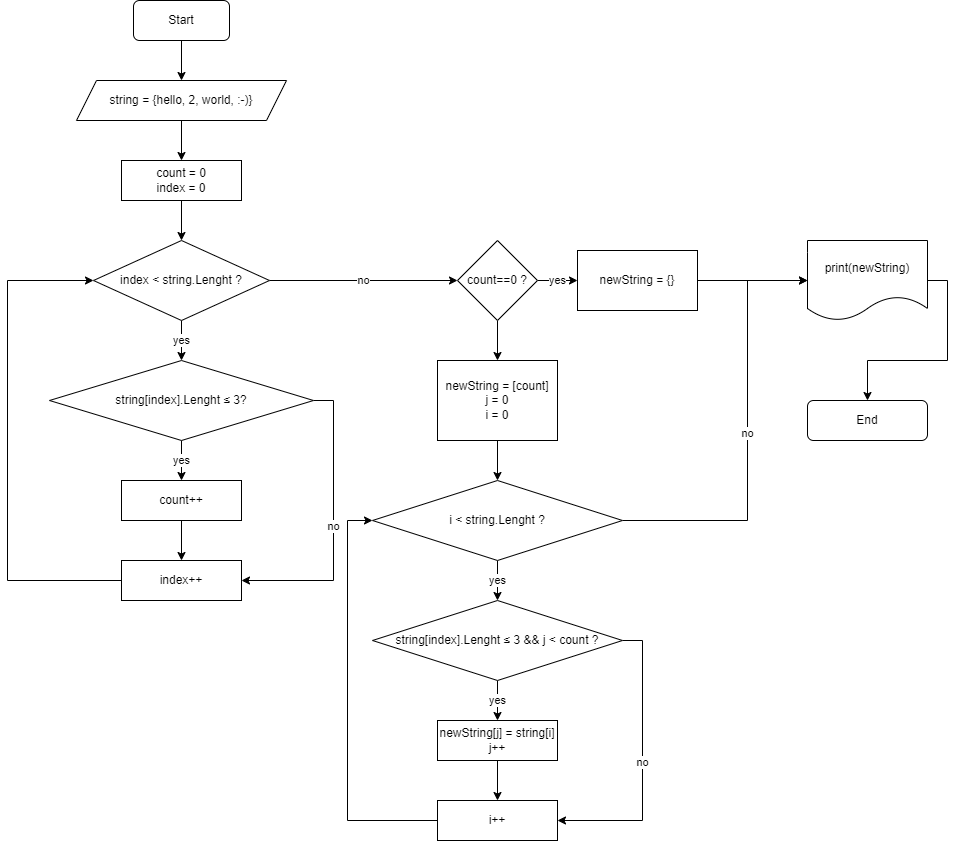
AlexeyMaiatnikov/HomeWork_10 keeps this draw.io diagram as BlockDiagram.png. Above is the earlier version. Source tidied: cells renumbered, new cells last; positions are measured from the earlier drawing's top-left corner, leaving out a move shared by most shapes. Its diagram source:
```xml
<mxGraphModel>
  <root>
    <mxCell id="0" />
    <mxCell id="1" parent="0" />
    <mxCell id="2" style="edgeStyle=orthogonalEdgeStyle;rounded=0;jettySize=auto;html=1;exitX=0.5;exitY=1;exitDx=0;exitDy=0;entryX=0.5;entryY=0;entryDx=0;entryDy=0;" parent="1" edge="1" source="3" target="5">
      <mxGeometry relative="1" as="geometry" />
    </mxCell>
    <mxCell id="3" value="Start" style="rounded=1;whiteSpace=wrap;html=1;" parent="1" vertex="1">
      <mxGeometry x="126" width="96" height="40" as="geometry" />
    </mxCell>
    <mxCell id="4" style="edgeStyle=orthogonalEdgeStyle;rounded=0;jettySize=auto;html=1;exitX=0.5;exitY=1;exitDx=0;exitDy=0;entryX=0.5;entryY=0;entryDx=0;entryDy=0;" parent="1" edge="1" source="5" target="7">
      <mxGeometry relative="1" as="geometry" />
    </mxCell>
    <mxCell id="5" value="string = {hello, 2, world, :-)&lt;span style=&quot;background-color: initial;&quot;&gt;}&lt;/span&gt;" style="shape=parallelogram;perimeter=parallelogramPerimeter;whiteSpace=wrap;html=1;fixedSize=1;" parent="1" vertex="1">
      <mxGeometry x="69" y="80" width="210" height="40" as="geometry" />
    </mxCell>
    <mxCell id="6" style="edgeStyle=orthogonalEdgeStyle;rounded=0;jettySize=auto;html=1;exitX=0.5;exitY=1;exitDx=0;exitDy=0;entryX=0.5;entryY=0;entryDx=0;entryDy=0;" parent="1" edge="1" source="7" target="13">
      <mxGeometry relative="1" as="geometry" />
    </mxCell>
    <mxCell id="7" value="count = 0&lt;br&gt;index = 0" style="rounded=0;whiteSpace=wrap;html=1;" parent="1" vertex="1">
      <mxGeometry x="114" y="160" width="120" height="40" as="geometry" />
    </mxCell>
    <mxCell id="8" value="yes" style="edgeStyle=orthogonalEdgeStyle;rounded=0;jettySize=auto;html=1;exitX=0.5;exitY=1;exitDx=0;exitDy=0;entryX=0.5;entryY=0;entryDx=0;entryDy=0;" parent="1" edge="1" source="10" target="15">
      <mxGeometry relative="1" as="geometry" />
    </mxCell>
    <mxCell id="9" value="no" style="edgeStyle=orthogonalEdgeStyle;rounded=0;jettySize=auto;html=1;exitX=1;exitY=0.5;exitDx=0;exitDy=0;entryX=1;entryY=0.5;entryDx=0;entryDy=0;" parent="1" edge="1" source="10" target="17">
      <mxGeometry relative="1" as="geometry" />
    </mxCell>
    <mxCell id="10" value="string[index].Lenght&amp;nbsp;≤&amp;nbsp;3?" style="rhombus;whiteSpace=wrap;html=1;" parent="1" vertex="1">
      <mxGeometry x="42" y="360" width="264" height="80" as="geometry" />
    </mxCell>
    <mxCell id="11" value="yes" style="edgeStyle=orthogonalEdgeStyle;rounded=0;jettySize=auto;html=1;exitX=0.5;exitY=1;exitDx=0;exitDy=0;" parent="1" edge="1" source="13" target="10">
      <mxGeometry relative="1" as="geometry" />
    </mxCell>
    <mxCell id="12" value="no" style="edgeStyle=orthogonalEdgeStyle;rounded=0;jettySize=auto;html=1;exitX=1;exitY=0.5;exitDx=0;exitDy=0;entryX=0;entryY=0.5;entryDx=0;entryDy=0;" parent="1" edge="1" source="13" target="20">
      <mxGeometry relative="1" as="geometry" />
    </mxCell>
    <mxCell id="13" value="index &amp;lt; string.Lenght ?" style="rhombus;whiteSpace=wrap;html=1;" parent="1" vertex="1">
      <mxGeometry x="86" y="240" width="176" height="80" as="geometry" />
    </mxCell>
    <mxCell id="14" style="edgeStyle=orthogonalEdgeStyle;rounded=0;jettySize=auto;html=1;exitX=0.5;exitY=1;exitDx=0;exitDy=0;entryX=0.5;entryY=0;entryDx=0;entryDy=0;" parent="1" edge="1" source="15" target="17">
      <mxGeometry relative="1" as="geometry" />
    </mxCell>
    <mxCell id="15" value="count++" style="rounded=0;whiteSpace=wrap;html=1;" parent="1" vertex="1">
      <mxGeometry x="114" y="480" width="120" height="40" as="geometry" />
    </mxCell>
    <mxCell id="16" style="edgeStyle=orthogonalEdgeStyle;rounded=0;jettySize=auto;html=1;exitX=0;exitY=0.5;exitDx=0;exitDy=0;entryX=0;entryY=0.5;entryDx=0;entryDy=0;" parent="1" edge="1" source="17" target="13">
      <mxGeometry relative="1" as="geometry">
        <Array as="points">
          <mxPoint y="580" />
          <mxPoint y="280" />
        </Array>
      </mxGeometry>
    </mxCell>
    <mxCell id="17" value="index++" style="rounded=0;whiteSpace=wrap;html=1;" parent="1" vertex="1">
      <mxGeometry x="114" y="560" width="120" height="40" as="geometry" />
    </mxCell>
    <mxCell id="18" value="yes" style="edgeStyle=orthogonalEdgeStyle;rounded=0;jettySize=auto;html=1;exitX=1;exitY=0.5;exitDx=0;exitDy=0;entryX=0;entryY=0.5;entryDx=0;entryDy=0;" parent="1" edge="1" source="20" target="22">
      <mxGeometry relative="1" as="geometry" />
    </mxCell>
    <mxCell id="19" style="edgeStyle=orthogonalEdgeStyle;rounded=0;jettySize=auto;html=1;exitX=0.5;exitY=1;exitDx=0;exitDy=0;entryX=0.5;entryY=0;entryDx=0;entryDy=0;" parent="1" edge="1" source="20" target="24">
      <mxGeometry relative="1" as="geometry" />
    </mxCell>
    <mxCell id="20" value="count==0 ?" style="rhombus;whiteSpace=wrap;html=1;" parent="1" vertex="1">
      <mxGeometry x="450" y="240" width="80" height="80" as="geometry" />
    </mxCell>
    <mxCell id="21" style="edgeStyle=orthogonalEdgeStyle;rounded=0;jettySize=auto;html=1;exitX=1;exitY=0.5;exitDx=0;exitDy=0;" parent="1" edge="1" source="22" target="36">
      <mxGeometry relative="1" as="geometry" />
    </mxCell>
    <mxCell id="22" value="newString = {}" style="rounded=0;whiteSpace=wrap;html=1;" parent="1" vertex="1">
      <mxGeometry x="570" y="250" width="120" height="60" as="geometry" />
    </mxCell>
    <mxCell id="23" style="edgeStyle=orthogonalEdgeStyle;rounded=0;jettySize=auto;html=1;exitX=0.5;exitY=1;exitDx=0;exitDy=0;entryX=0.5;entryY=0;entryDx=0;entryDy=0;" parent="1" edge="1" source="24" target="30">
      <mxGeometry relative="1" as="geometry" />
    </mxCell>
    <mxCell id="24" value="newString&amp;nbsp;= [count]&lt;br&gt;j = 0&lt;br&gt;i = 0" style="rounded=0;whiteSpace=wrap;html=1;" parent="1" vertex="1">
      <mxGeometry x="430" y="360" width="120" height="80" as="geometry" />
    </mxCell>
    <mxCell id="25" value="yes" style="edgeStyle=orthogonalEdgeStyle;rounded=0;jettySize=auto;html=1;exitX=0.5;exitY=1;exitDx=0;exitDy=0;entryX=0.5;entryY=0;entryDx=0;entryDy=0;" parent="1" edge="1" source="27" target="32">
      <mxGeometry relative="1" as="geometry" />
    </mxCell>
    <mxCell id="26" value="no" style="edgeStyle=orthogonalEdgeStyle;rounded=0;jettySize=auto;html=1;exitX=1;exitY=0.5;exitDx=0;exitDy=0;entryX=1;entryY=0.5;entryDx=0;entryDy=0;" parent="1" edge="1" source="27" target="34">
      <mxGeometry relative="1" as="geometry" />
    </mxCell>
    <mxCell id="27" value="string[index].Lenght&amp;nbsp;≤&amp;nbsp;3 &amp;amp;&amp;amp; j &amp;lt; count ?" style="rhombus;whiteSpace=wrap;html=1;" parent="1" vertex="1">
      <mxGeometry x="365" y="600" width="250" height="80" as="geometry" />
    </mxCell>
    <mxCell id="28" value="yes" style="edgeStyle=orthogonalEdgeStyle;rounded=0;jettySize=auto;html=1;exitX=0.5;exitY=1;exitDx=0;exitDy=0;entryX=0.5;entryY=0;entryDx=0;entryDy=0;" parent="1" edge="1" source="30" target="27">
      <mxGeometry relative="1" as="geometry" />
    </mxCell>
    <mxCell id="29" value="no" style="edgeStyle=orthogonalEdgeStyle;rounded=0;jettySize=auto;html=1;exitX=1;exitY=0.5;exitDx=0;exitDy=0;entryX=0;entryY=0.5;entryDx=0;entryDy=0;" parent="1" edge="1" source="30" target="36">
      <mxGeometry relative="1" as="geometry">
        <Array as="points">
          <mxPoint x="740" y="520" />
          <mxPoint x="740" y="280" />
        </Array>
      </mxGeometry>
    </mxCell>
    <mxCell id="30" value="i &amp;lt; string.Lenght ?" style="rhombus;whiteSpace=wrap;html=1;" parent="1" vertex="1">
      <mxGeometry x="365" y="480" width="250" height="80" as="geometry" />
    </mxCell>
    <mxCell id="31" style="edgeStyle=orthogonalEdgeStyle;rounded=0;jettySize=auto;html=1;exitX=0.5;exitY=1;exitDx=0;exitDy=0;entryX=0.5;entryY=0;entryDx=0;entryDy=0;" parent="1" edge="1" source="32" target="34">
      <mxGeometry relative="1" as="geometry" />
    </mxCell>
    <mxCell id="32" value="newString[j] = string[i]&lt;br&gt;j++" style="rounded=0;whiteSpace=wrap;html=1;" parent="1" vertex="1">
      <mxGeometry x="430" y="720" width="120" height="40" as="geometry" />
    </mxCell>
    <mxCell id="33" style="edgeStyle=orthogonalEdgeStyle;rounded=0;jettySize=auto;html=1;exitX=0;exitY=0.5;exitDx=0;exitDy=0;entryX=0;entryY=0.5;entryDx=0;entryDy=0;" parent="1" edge="1" source="34" target="30">
      <mxGeometry relative="1" as="geometry">
        <Array as="points">
          <mxPoint x="340" y="820" />
          <mxPoint x="340" y="520" />
        </Array>
      </mxGeometry>
    </mxCell>
    <mxCell id="34" value="i++" style="rounded=0;whiteSpace=wrap;html=1;" parent="1" vertex="1">
      <mxGeometry x="430" y="800" width="120" height="40" as="geometry" />
    </mxCell>
    <mxCell id="35" style="edgeStyle=orthogonalEdgeStyle;rounded=0;jettySize=auto;html=1;exitX=1;exitY=0.5;exitDx=0;exitDy=0;" parent="1" edge="1" source="36" target="37">
      <mxGeometry relative="1" as="geometry" />
    </mxCell>
    <mxCell id="36" value="print(newString)" style="shape=document;whiteSpace=wrap;html=1;boundedLbl=1;" parent="1" vertex="1">
      <mxGeometry x="800" y="240" width="120" height="80" as="geometry" />
    </mxCell>
    <mxCell id="37" value="End" style="rounded=1;whiteSpace=wrap;html=1;" parent="1" vertex="1">
      <mxGeometry x="800" y="400" width="120" height="40" as="geometry" />
    </mxCell>
  </root>
</mxGraphModel>
```
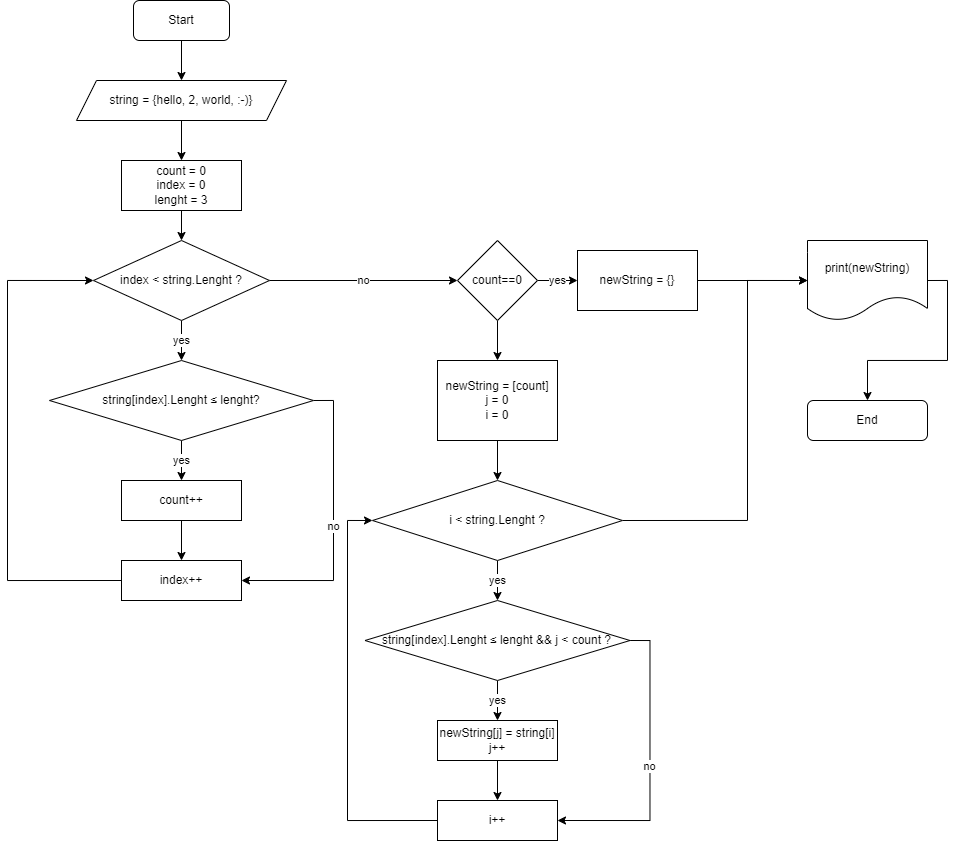
The same diagram one commit later.

Diff of the diagram source:
```diff
@@ -17,8 +17,8 @@
     <mxCell id="6" style="edgeStyle=orthogonalEdgeStyle;rounded=0;jettySize=auto;html=1;exitX=0.5;exitY=1;exitDx=0;exitDy=0;entryX=0.5;entryY=0;entryDx=0;entryDy=0;" parent="1" edge="1" source="7" target="13">
       <mxGeometry relative="1" as="geometry" />
     </mxCell>
-    <mxCell id="7" value="count = 0&lt;br&gt;index = 0" style="rounded=0;whiteSpace=wrap;html=1;" parent="1" vertex="1">
-      <mxGeometry x="114" y="160" width="120" height="40" as="geometry" />
+    <mxCell id="7" value="count = 0&lt;br&gt;index = 0&lt;br&gt;lenght = 3" style="rounded=0;whiteSpace=wrap;html=1;" parent="1" vertex="1">
+      <mxGeometry x="114" y="160" width="120" height="50" as="geometry" />
     </mxCell>
     <mxCell id="8" value="yes" style="edgeStyle=orthogonalEdgeStyle;rounded=0;jettySize=auto;html=1;exitX=0.5;exitY=1;exitDx=0;exitDy=0;entryX=0.5;entryY=0;entryDx=0;entryDy=0;" parent="1" edge="1" source="10" target="15">
       <mxGeometry relative="1" as="geometry" />
@@ -26,7 +26,7 @@
     <mxCell id="9" value="no" style="edgeStyle=orthogonalEdgeStyle;rounded=0;jettySize=auto;html=1;exitX=1;exitY=0.5;exitDx=0;exitDy=0;entryX=1;entryY=0.5;entryDx=0;entryDy=0;" parent="1" edge="1" source="10" target="17">
       <mxGeometry relative="1" as="geometry" />
     </mxCell>
-    <mxCell id="10" value="string[index].Lenght&amp;nbsp;≤&amp;nbsp;3?" style="rhombus;whiteSpace=wrap;html=1;" parent="1" vertex="1">
+    <mxCell id="10" value="string[index].Lenght&amp;nbsp;≤ lenght?" style="rhombus;whiteSpace=wrap;html=1;" parent="1" vertex="1">
       <mxGeometry x="42" y="360" width="264" height="80" as="geometry" />
     </mxCell>
     <mxCell id="11" value="yes" style="edgeStyle=orthogonalEdgeStyle;rounded=0;jettySize=auto;html=1;exitX=0.5;exitY=1;exitDx=0;exitDy=0;" parent="1" edge="1" source="13" target="10">
@@ -61,7 +61,7 @@
     <mxCell id="19" style="edgeStyle=orthogonalEdgeStyle;rounded=0;jettySize=auto;html=1;exitX=0.5;exitY=1;exitDx=0;exitDy=0;entryX=0.5;entryY=0;entryDx=0;entryDy=0;" parent="1" edge="1" source="20" target="24">
       <mxGeometry relative="1" as="geometry" />
     </mxCell>
-    <mxCell id="20" value="count==0 ?" style="rhombus;whiteSpace=wrap;html=1;" parent="1" vertex="1">
+    <mxCell id="20" value="count==0" style="rhombus;whiteSpace=wrap;html=1;" parent="1" vertex="1">
       <mxGeometry x="450" y="240" width="80" height="80" as="geometry" />
     </mxCell>
     <mxCell id="21" style="edgeStyle=orthogonalEdgeStyle;rounded=0;jettySize=auto;html=1;exitX=1;exitY=0.5;exitDx=0;exitDy=0;" parent="1" edge="1" source="22" target="36">
@@ -82,13 +82,13 @@
     <mxCell id="26" value="no" style="edgeStyle=orthogonalEdgeStyle;rounded=0;jettySize=auto;html=1;exitX=1;exitY=0.5;exitDx=0;exitDy=0;entryX=1;entryY=0.5;entryDx=0;entryDy=0;" parent="1" edge="1" source="27" target="34">
       <mxGeometry relative="1" as="geometry" />
     </mxCell>
-    <mxCell id="27" value="string[index].Lenght&amp;nbsp;≤&amp;nbsp;3 &amp;amp;&amp;amp; j &amp;lt; count ?" style="rhombus;whiteSpace=wrap;html=1;" parent="1" vertex="1">
-      <mxGeometry x="365" y="600" width="250" height="80" as="geometry" />
+    <mxCell id="27" value="string[index].Lenght&amp;nbsp;≤ lenght&amp;nbsp;&amp;amp;&amp;amp; j &amp;lt; count ?" style="rhombus;whiteSpace=wrap;html=1;" parent="1" vertex="1">
+      <mxGeometry x="357.5" y="600" width="265" height="80" as="geometry" />
     </mxCell>
     <mxCell id="28" value="yes" style="edgeStyle=orthogonalEdgeStyle;rounded=0;jettySize=auto;html=1;exitX=0.5;exitY=1;exitDx=0;exitDy=0;entryX=0.5;entryY=0;entryDx=0;entryDy=0;" parent="1" edge="1" source="30" target="27">
       <mxGeometry relative="1" as="geometry" />
     </mxCell>
-    <mxCell id="29" value="no" style="edgeStyle=orthogonalEdgeStyle;rounded=0;jettySize=auto;html=1;exitX=1;exitY=0.5;exitDx=0;exitDy=0;entryX=0;entryY=0.5;entryDx=0;entryDy=0;" parent="1" edge="1" source="30" target="36">
+    <mxCell id="29" style="edgeStyle=orthogonalEdgeStyle;rounded=0;jettySize=auto;html=1;exitX=1;exitY=0.5;exitDx=0;exitDy=0;entryX=0;entryY=0.5;entryDx=0;entryDy=0;" parent="1" edge="1" source="30" target="36">
       <mxGeometry relative="1" as="geometry">
         <Array as="points">
           <mxPoint x="740" y="520" />
```
